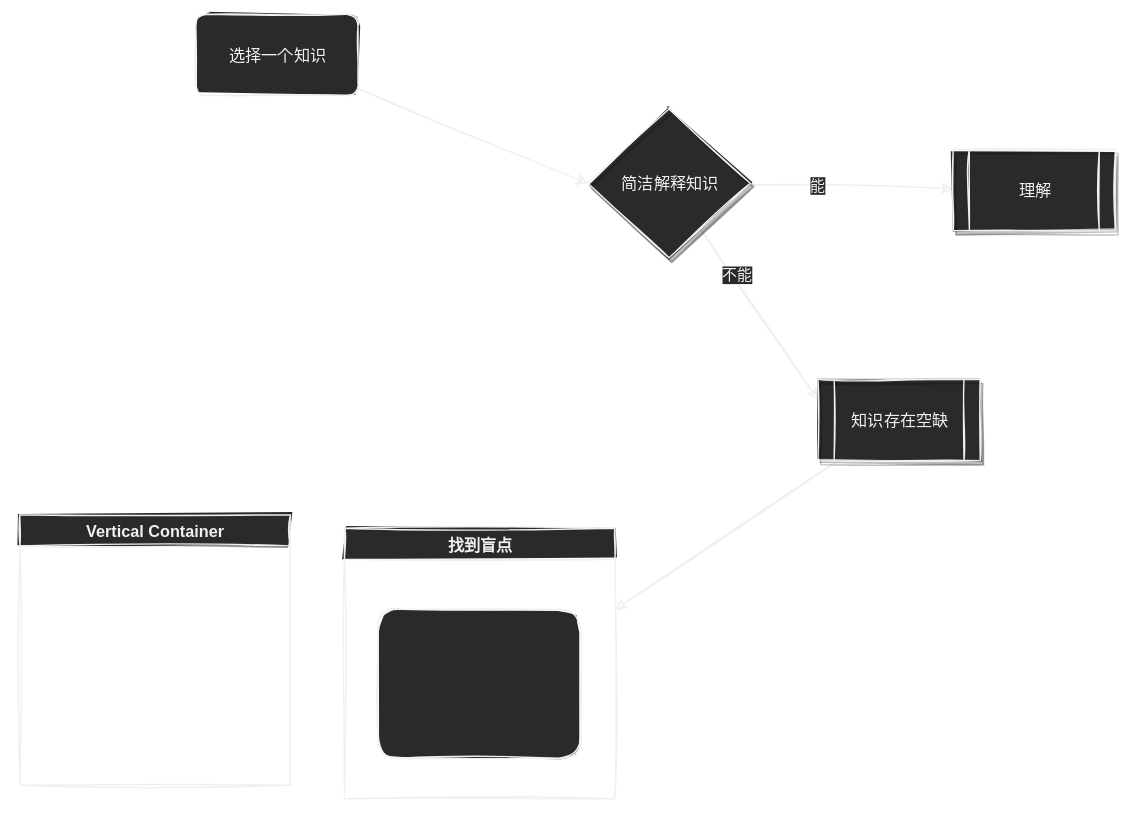
Earlier version of the draw.io export 笔记/学习方法/概念/Untitled Diagram.svg (Echo-Yanglulu/obsidianPrivateNote). Source tidied: cells renumbered, new cells last; positions are measured from the earlier drawing's top-left corner, leaving out a move shared by most shapes.
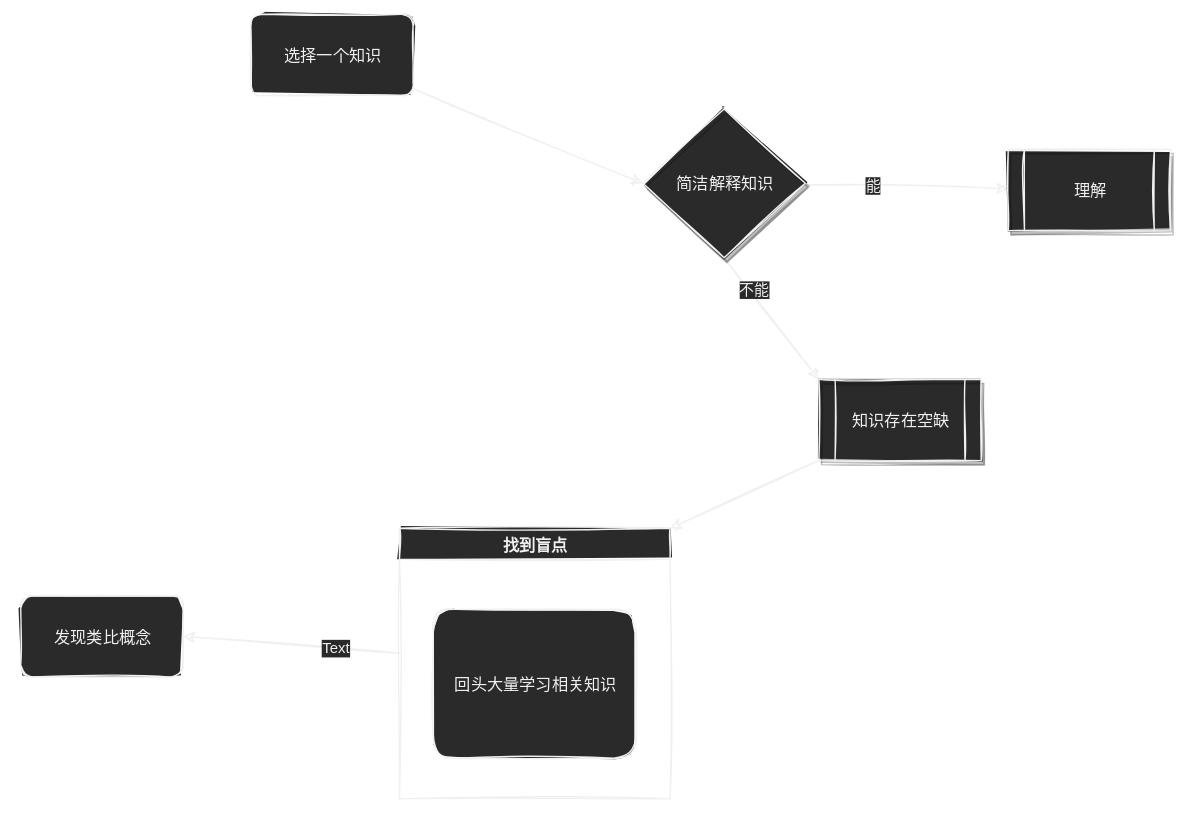
After the commit.

Diff of the diagram source:
```diff
@@ -8,7 +8,7 @@
     <mxCell id="3" value="能" style="edgeLabel;html=1;align=center;verticalAlign=middle;" parent="2" vertex="1">
       <mxGeometry x="-0.34" y="1" relative="1" as="geometry" />
     </mxCell>
-    <mxCell id="4" style="edgeStyle=none;html=1;entryX=0;entryY=0.25;entryDx=0;entryDy=0;" parent="1" edge="1" source="6" target="9">
+    <mxCell id="4" style="edgeStyle=none;html=1;entryX=0;entryY=0;entryDx=0;entryDy=0;exitX=0.5;exitY=1;exitDx=0;exitDy=0;" parent="1" edge="1" source="6" target="9">
       <mxGeometry relative="1" as="geometry" />
     </mxCell>
     <mxCell id="5" value="不能" style="edgeLabel;html=1;align=center;verticalAlign=middle;" parent="4" vertex="1">
@@ -20,13 +20,11 @@
     <mxCell id="7" value="理解" style="shape=process;whiteSpace=wrap;html=1;backgroundOutline=1;shadow=1;" parent="1" vertex="1">
       <mxGeometry x="690" y="100" width="120" height="60" as="geometry" />
     </mxCell>
-    <mxCell id="8" style="edgeStyle=none;html=1;" parent="1" edge="1" source="9">
-      <mxGeometry relative="1" as="geometry">
-        <mxPoint x="440" y="440" as="targetPoint" />
-      </mxGeometry>
+    <mxCell id="8" style="edgeStyle=none;html=1;exitX=0;exitY=1;exitDx=0;exitDy=0;entryX=1;entryY=0;entryDx=0;entryDy=0;" parent="1" edge="1" source="9" target="13">
+      <mxGeometry relative="1" as="geometry" />
     </mxCell>
     <mxCell id="9" value="知识存在空缺" style="shape=process;whiteSpace=wrap;html=1;backgroundOutline=1;shadow=1;" parent="1" vertex="1">
-      <mxGeometry x="590" y="270" width="120" height="60" as="geometry" />
+      <mxGeometry x="550" y="270" width="120" height="60" as="geometry" />
     </mxCell>
     <mxCell id="10" style="edgeStyle=none;html=1;entryX=0;entryY=0.5;entryDx=0;entryDy=0;" parent="1" edge="1" source="11" target="6">
       <mxGeometry relative="1" as="geometry" />
@@ -34,14 +32,20 @@
     <mxCell id="11" value="选择一个知识" style="rounded=1;whiteSpace=wrap;html=1;" parent="1" vertex="1">
       <mxGeometry x="130" width="120" height="60" as="geometry" />
     </mxCell>
-    <mxCell id="12" value="Vertical Container" style="swimlane;" parent="1" vertex="1">
-      <mxGeometry y="370" width="200" height="200" as="geometry" />
-    </mxCell>
+    <mxCell id="15" style="edgeStyle=none;html=1;entryX=1;entryY=0.5;entryDx=0;entryDy=0;" parent="1" edge="1" source="13" target="17">
+      <mxGeometry relative="1" as="geometry" />
+    </mxCell>
+    <mxCell id="16" value="Text" style="edgeLabel;html=1;align=center;verticalAlign=middle;" parent="15" vertex="1">
+      <mxGeometry x="-0.4" y="-1" relative="1" as="geometry" />
+    </mxCell>
     <mxCell id="13" value="找到盲点" style="swimlane;" parent="1" vertex="1">
       <mxGeometry x="240" y="380" width="200" height="200" as="geometry" />
     </mxCell>
-    <mxCell id="14" style="rounded=1;whiteSpace=wrap;html=1;" parent="13" vertex="1">
+    <mxCell id="14" value="回头大量学习相关知识" style="rounded=1;whiteSpace=wrap;html=1;" parent="13" vertex="1">
       <mxGeometry x="25" y="60" width="150" height="110" as="geometry" />
     </mxCell>
+    <mxCell id="17" value="发现类比概念" style="rounded=1;whiteSpace=wrap;html=1;" parent="1" vertex="1">
+      <mxGeometry x="-40" y="430" width="120" height="60" as="geometry" />
+    </mxCell>
   </root>
 </mxGraphModel>
```
